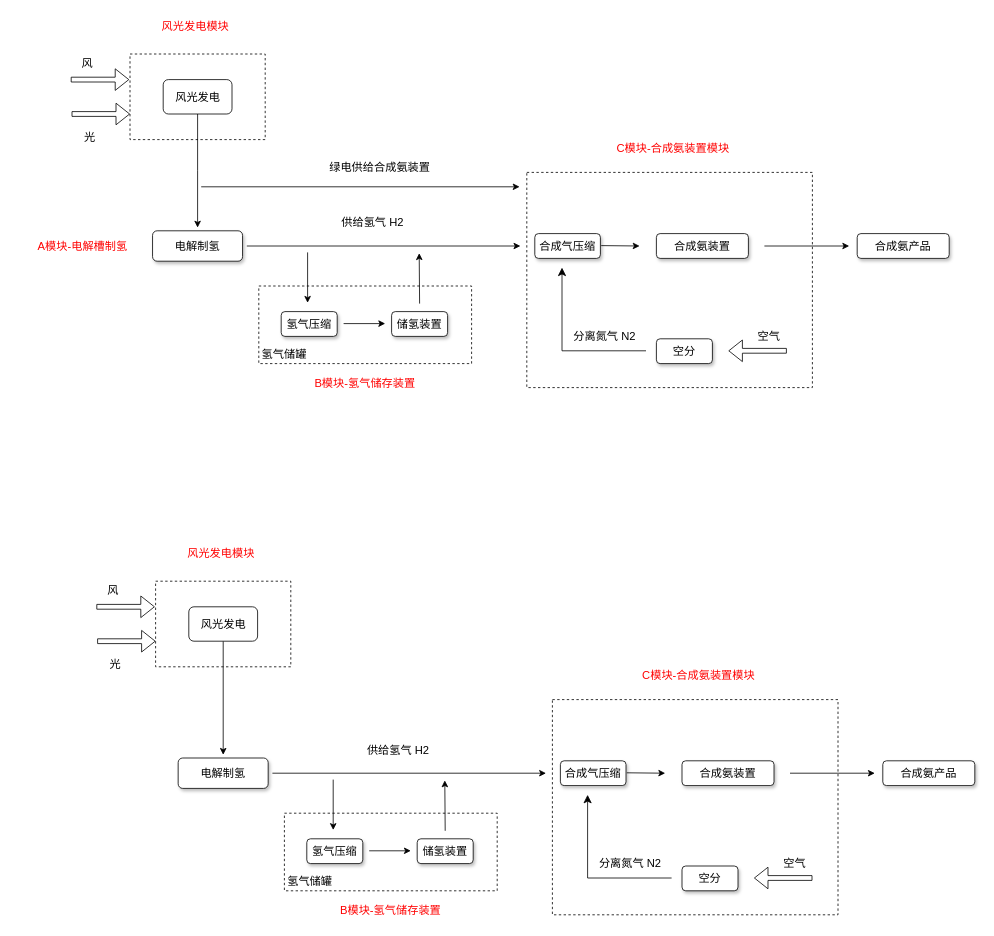
The draw.io diagram 绿氨生产.drawio in happycodejs/draw.io, before the edit. Source tidied: cells renumbered, new cells numbered last; positions are measured from the earlier drawing's top-left corner, leaving out a move shared by most shapes. Both pictures are drawn from the tidied source at 80%, with x=0, y=0 at pixel (13, 14).
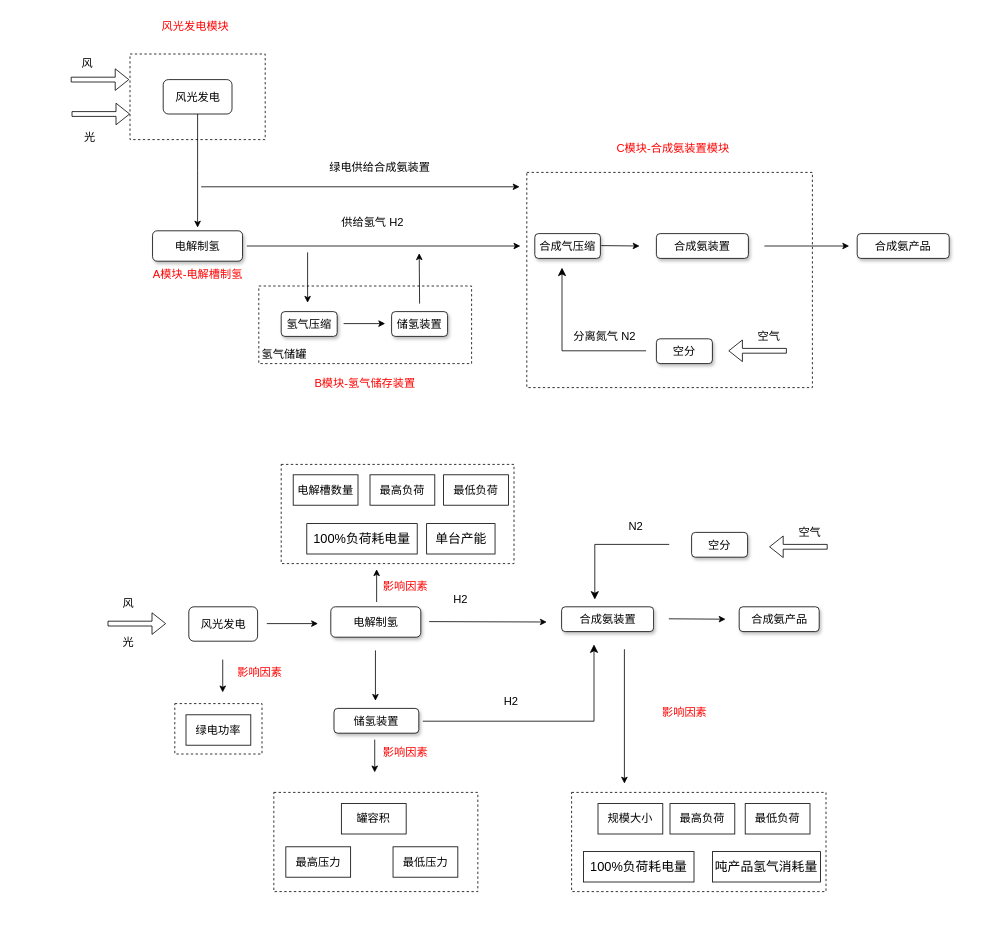
The same diagram, later.

Commit message (it also covers changes not shown here):
更新绿氨生产.drawio

Unchanged cells that the change refers to:
```xml
<mxCell id="40" value="风光发电" style="rounded=1;whiteSpace=wrap;html=1;fontSize=14;" parent="1" vertex="1">
  <mxGeometry x="219.5" y="741" width="86" height="43" as="geometry" />
</mxCell>
```

The edit, as a diff of the source:
```diff
@@
     <mxCell id="32" value="A模块-电解槽制氢" style="text;html=1;align=center;verticalAlign=middle;whiteSpace=wrap;rounded=0;fontColor=#FF0000;fontSize=14;" parent="1" vertex="1">
-      <mxGeometry x="0.2" y="275" width="174" height="30" as="geometry" />
+      <mxGeometry x="143.5" y="310" width="174" height="30" as="geometry" />
     </mxCell>
@@
-    <mxCell id="36" style="rounded=0;whiteSpace=wrap;html=1;fillColor=none;dashed=1;fontSize=14;" parent="1" vertex="1">
-      <mxGeometry x="674" y="857" width="357" height="269" as="geometry" />
-    </mxCell>
-    <mxCell id="37" style="rounded=0;whiteSpace=wrap;html=1;fillColor=none;dashed=1;fontSize=14;" parent="1" vertex="1">
-      <mxGeometry x="339" y="999" width="266" height="97" as="geometry" />
-    </mxCell>
-    <mxCell id="38" style="rounded=0;whiteSpace=wrap;html=1;fillColor=none;dashed=1;fontSize=14;" parent="1" vertex="1">
-      <mxGeometry x="178" y="709" width="169" height="107" as="geometry" />
-    </mxCell>
-    <mxCell id="39" style="edgeStyle=orthogonalEdgeStyle;rounded=0;jettySize=auto;html=1;fontSize=14;" parent="1" edge="1" source="40">
-      <mxGeometry relative="1" as="geometry">
-        <mxPoint x="262.5" y="926" as="targetPoint" />
-      </mxGeometry>
-    </mxCell>
@@
     <mxCell id="41" style="shape=flexArrow;endArrow=classic;html=1;rounded=0;width=6;endSize=5.33;fontSize=14;" parent="1" edge="1">
       <mxGeometry relative="1" as="geometry">
-        <mxPoint x="104" y="741" as="sourcePoint" />
-        <mxPoint x="177" y="741" as="targetPoint" />
+        <mxPoint x="118" y="762" as="sourcePoint" />
+        <mxPoint x="191" y="762" as="targetPoint" />
       </mxGeometry>
     </mxCell>
     <mxCell id="42" value="风" style="text;html=1;align=center;verticalAlign=middle;whiteSpace=wrap;rounded=0;fontSize=14;" parent="1" vertex="1">
-      <mxGeometry x="95" y="706" width="60" height="30" as="geometry" />
+      <mxGeometry x="114.2" y="722" width="60" height="30" as="geometry" />
     </mxCell>
-    <mxCell id="43" style="shape=flexArrow;endArrow=classic;html=1;rounded=0;width=6;endSize=5.33;fontSize=14;" parent="1" edge="1">
-      <mxGeometry relative="1" as="geometry">
-        <mxPoint x="105" y="784" as="sourcePoint" />
-        <mxPoint x="178" y="784" as="targetPoint" />
-      </mxGeometry>
-    </mxCell>
     <mxCell id="44" value="光" style="text;html=1;align=center;verticalAlign=middle;whiteSpace=wrap;rounded=0;fontSize=14;" parent="1" vertex="1">
-      <mxGeometry x="98" y="798" width="60" height="30" as="geometry" />
+      <mxGeometry x="114.2" y="770" width="60" height="30" as="geometry" />
     </mxCell>
     <mxCell id="45" value="电解制氢" style="rounded=1;whiteSpace=wrap;html=1;shadow=1;fontSize=14;" parent="1" vertex="1">
-      <mxGeometry x="206.2" y="930" width="112.5" height="38" as="geometry" />
+      <mxGeometry x="397" y="741" width="112.5" height="38" as="geometry" />
     </mxCell>
     <mxCell id="46" style="endArrow=classic;html=1;rounded=0;fontSize=14;" parent="1" edge="1">
       <mxGeometry relative="1" as="geometry">
-        <mxPoint x="324" y="949" as="sourcePoint" />
-        <mxPoint x="666" y="949" as="targetPoint" />
+        <mxPoint x="520" y="759.5" as="sourcePoint" />
+        <mxPoint x="667" y="760" as="targetPoint" />
       </mxGeometry>
     </mxCell>
     <mxCell id="47" style="endArrow=classic;html=1;rounded=0;fontSize=14;" parent="1" edge="1">
       <mxGeometry relative="1" as="geometry">
-        <mxPoint x="400" y="957" as="sourcePoint" />
-        <mxPoint x="400" y="1020" as="targetPoint" />
+        <mxPoint x="452.8" y="795.5" as="sourcePoint" />
+        <mxPoint x="452.8" y="858.5" as="targetPoint" />
       </mxGeometry>
     </mxCell>
-    <mxCell id="48" value="氢气压缩" style="rounded=1;whiteSpace=wrap;html=1;shadow=1;fontSize=14;" parent="1" vertex="1">
-      <mxGeometry x="367" y="1031" width="70" height="31" as="geometry" />
-    </mxCell>
     <mxCell id="49" value="储氢装置" style="rounded=1;whiteSpace=wrap;html=1;shadow=1;fontSize=14;" parent="1" vertex="1">
-      <mxGeometry x="505" y="1031" width="70" height="31" as="geometry" />
+      <mxGeometry x="401" y="868" width="106" height="31" as="geometry" />
     </mxCell>
-    <mxCell id="50" style="endArrow=classic;html=1;rounded=0;fontSize=14;" parent="1" edge="1">
-      <mxGeometry relative="1" as="geometry">
-        <mxPoint x="445" y="1046" as="sourcePoint" />
-        <mxPoint x="497" y="1046" as="targetPoint" />
-      </mxGeometry>
-    </mxCell>
-    <mxCell id="51" style="endArrow=classic;html=1;rounded=0;fontSize=14;" parent="1" edge="1">
-      <mxGeometry relative="1" as="geometry">
-        <mxPoint x="540" y="1021" as="sourcePoint" />
-        <mxPoint x="539.5" y="958" as="targetPoint" />
-      </mxGeometry>
-    </mxCell>
-    <mxCell id="52" value="供给氢气 H2" style="text;html=1;align=center;verticalAlign=middle;whiteSpace=wrap;rounded=0;fontSize=14;" parent="1" vertex="1">
-      <mxGeometry x="440" y="905" width="83" height="30" as="geometry" />
+    <mxCell id="52" value="H2" style="text;html=1;align=center;verticalAlign=middle;whiteSpace=wrap;rounded=0;fontSize=14;" parent="1" vertex="1">
+      <mxGeometry x="518" y="717" width="83" height="30" as="geometry" />
     </mxCell>
-    <mxCell id="53" value="氢气储罐" style="text;html=1;align=center;verticalAlign=middle;whiteSpace=wrap;rounded=0;fontSize=14;" parent="1" vertex="1">
-      <mxGeometry x="341" y="1069" width="60" height="30" as="geometry" />
-    </mxCell>
-    <mxCell id="54" value="合成气压缩" style="rounded=1;whiteSpace=wrap;html=1;shadow=1;fontSize=14;" parent="1" vertex="1">
-      <mxGeometry x="684" y="933.5" width="82" height="31" as="geometry" />
-    </mxCell>
-    <mxCell id="55" style="endArrow=classic;html=1;rounded=0;fontSize=14;" parent="1" edge="1">
-      <mxGeometry relative="1" as="geometry">
-        <mxPoint x="767" y="948.5" as="sourcePoint" />
-        <mxPoint x="815" y="949" as="targetPoint" />
-      </mxGeometry>
-    </mxCell>
     <mxCell id="56" value="合成氨装置" style="rounded=1;whiteSpace=wrap;html=1;shadow=1;fontSize=14;" parent="1" vertex="1">
-      <mxGeometry x="836" y="933.5" width="115" height="31" as="geometry" />
+      <mxGeometry x="685.5" y="741" width="115" height="31" as="geometry" />
     </mxCell>
     <mxCell id="57" value="空分" style="rounded=1;whiteSpace=wrap;html=1;shadow=1;fontSize=14;" parent="1" vertex="1">
-      <mxGeometry x="836" y="1065" width="70" height="31" as="geometry" />
+      <mxGeometry x="848" y="648" width="70" height="31" as="geometry" />
     </mxCell>
     <mxCell id="58" style="shape=flexArrow;endArrow=classic;html=1;rounded=0;width=6;endSize=5.33;fontSize=14;" parent="1" edge="1">
       <mxGeometry relative="1" as="geometry">
-        <mxPoint x="999" y="1080" as="sourcePoint" />
-        <mxPoint x="926" y="1080" as="targetPoint" />
+        <mxPoint x="1018" y="666" as="sourcePoint" />
+        <mxPoint x="945" y="666" as="targetPoint" />
       </mxGeometry>
     </mxCell>
     <mxCell id="59" value="空气" style="text;html=1;align=center;verticalAlign=middle;whiteSpace=wrap;rounded=0;fontSize=14;" parent="1" vertex="1">
-      <mxGeometry x="947" y="1047" width="60" height="30" as="geometry" />
+      <mxGeometry x="966" y="633" width="60" height="30" as="geometry" />
     </mxCell>
-    <mxCell id="60" style="edgeStyle=segmentEdgeStyle;endArrow=classic;html=1;curved=0;rounded=0;endSize=8;startSize=8;fontSize=14;" parent="1" edge="1">
-      <mxGeometry relative="1" as="geometry">
-        <mxPoint x="823" y="1080" as="sourcePoint" />
-        <mxPoint x="718" y="976" as="targetPoint" />
-      </mxGeometry>
-    </mxCell>
-    <mxCell id="61" value="分离氮气 N2" style="text;html=1;align=center;verticalAlign=middle;whiteSpace=wrap;rounded=0;fontSize=14;" parent="1" vertex="1">
-      <mxGeometry x="730" y="1047" width="83" height="30" as="geometry" />
-    </mxCell>
     <mxCell id="62" style="endArrow=classic;html=1;rounded=0;fontSize=14;" parent="1" edge="1">
       <mxGeometry relative="1" as="geometry">
-        <mxPoint x="971" y="949" as="sourcePoint" />
-        <mxPoint x="1077" y="949" as="targetPoint" />
+        <mxPoint x="819.5" y="756" as="sourcePoint" />
+        <mxPoint x="890.5" y="756.5" as="targetPoint" />
       </mxGeometry>
     </mxCell>
-    <mxCell id="63" value="风光发电模块" style="text;html=1;align=center;verticalAlign=middle;whiteSpace=wrap;rounded=0;fontColor=#FF0000;fontSize=14;" parent="1" vertex="1">
-      <mxGeometry x="173" y="659" width="174" height="30" as="geometry" />
-    </mxCell>
-    <mxCell id="64" value="B模块-氢气储存装置" style="text;html=1;align=center;verticalAlign=middle;whiteSpace=wrap;rounded=0;fontColor=#FF0000;fontSize=14;" parent="1" vertex="1">
-      <mxGeometry x="385" y="1106" width="174" height="30" as="geometry" />
-    </mxCell>
-    <mxCell id="65" value="C模块-合成氨装置模块" style="text;html=1;align=center;verticalAlign=middle;whiteSpace=wrap;rounded=0;fontColor=#FF0000;fontSize=14;" parent="1" vertex="1">
-      <mxGeometry x="770" y="812" width="174" height="30" as="geometry" />
-    </mxCell>
     <mxCell id="66" value="合成氨产品" style="rounded=1;whiteSpace=wrap;html=1;shadow=1;fontSize=14;" parent="1" vertex="1">
-      <mxGeometry x="1087" y="933.5" width="115" height="31" as="geometry" />
+      <mxGeometry x="907.5" y="741" width="100" height="31" as="geometry" />
     </mxCell>
+    <mxCell id="67" style="endArrow=classic;html=1;rounded=0;fontSize=14;" parent="1" edge="1">
+      <mxGeometry relative="1" as="geometry">
+        <mxPoint x="317" y="762" as="sourcePoint" />
+        <mxPoint x="381" y="762" as="targetPoint" />
+      </mxGeometry>
+    </mxCell>
+    <mxCell id="68" value="H2" style="text;html=1;align=center;verticalAlign=middle;whiteSpace=wrap;rounded=0;fontSize=14;" parent="1" vertex="1">
+      <mxGeometry x="580.8" y="844" width="83" height="30" as="geometry" />
+    </mxCell>
+    <mxCell id="69" style="edgeStyle=segmentEdgeStyle;endArrow=classic;html=1;curved=0;rounded=0;endSize=8;startSize=8;fontSize=14;" parent="1" edge="1">
+      <mxGeometry relative="1" as="geometry">
+        <mxPoint x="820" y="663" as="sourcePoint" />
+        <mxPoint x="727" y="732" as="targetPoint" />
+        <Array as="points">
+          <mxPoint x="820" y="663" />
+          <mxPoint x="727" y="663" />
+        </Array>
+      </mxGeometry>
+    </mxCell>
+    <mxCell id="70" value="N2" style="text;html=1;align=center;verticalAlign=middle;whiteSpace=wrap;rounded=0;fontSize=14;" parent="1" vertex="1">
+      <mxGeometry x="737" y="626" width="83" height="30" as="geometry" />
+    </mxCell>
+    <mxCell id="71" style="endArrow=classic;html=1;rounded=0;" parent="1" edge="1">
+      <mxGeometry relative="1" as="geometry">
+        <mxPoint x="261.9" y="807" as="sourcePoint" />
+        <mxPoint x="261.9" y="848" as="targetPoint" />
+      </mxGeometry>
+    </mxCell>
+    <mxCell id="72" style="rounded=0;whiteSpace=wrap;html=1;fillColor=none;dashed=1;fontSize=14;" parent="1" vertex="1">
+      <mxGeometry x="202" y="862" width="109" height="63" as="geometry" />
+    </mxCell>
+    <mxCell id="73" value="&lt;font style=&quot;font-size: 14px;&quot;&gt;绿电功率&lt;/font&gt;" style="rounded=0;whiteSpace=wrap;html=1;" parent="1" vertex="1">
+      <mxGeometry x="216" y="876" width="81" height="38" as="geometry" />
+    </mxCell>
+    <mxCell id="74" style="rounded=0;whiteSpace=wrap;html=1;fillColor=none;dashed=1;fontSize=14;" parent="1" vertex="1">
+      <mxGeometry x="325.8" y="973" width="255" height="124" as="geometry" />
+    </mxCell>
+    <mxCell id="75" value="&lt;span style=&quot;font-size: 14px;&quot;&gt;罐容积&lt;/span&gt;" style="rounded=0;whiteSpace=wrap;html=1;" parent="1" vertex="1">
+      <mxGeometry x="410.2" y="987" width="81" height="38" as="geometry" />
+    </mxCell>
+    <mxCell id="76" value="&lt;span style=&quot;font-size: 14px;&quot;&gt;最高压力&lt;/span&gt;" style="rounded=0;whiteSpace=wrap;html=1;" parent="1" vertex="1">
+      <mxGeometry x="340.8" y="1041" width="81" height="38" as="geometry" />
+    </mxCell>
+    <mxCell id="77" value="&lt;span style=&quot;font-size: 14px;&quot;&gt;最低压力&lt;/span&gt;" style="rounded=0;whiteSpace=wrap;html=1;" parent="1" vertex="1">
+      <mxGeometry x="474.8" y="1041" width="81" height="38" as="geometry" />
+    </mxCell>
+    <mxCell id="78" style="endArrow=classic;html=1;rounded=0;" parent="1" edge="1">
+      <mxGeometry relative="1" as="geometry">
+        <mxPoint x="451.9" y="907" as="sourcePoint" />
+        <mxPoint x="451.9" y="948" as="targetPoint" />
+      </mxGeometry>
+    </mxCell>
+    <mxCell id="79" style="endArrow=classic;html=1;rounded=0;" parent="1" edge="1">
+      <mxGeometry relative="1" as="geometry">
+        <mxPoint x="454.3" y="735" as="sourcePoint" />
+        <mxPoint x="454.3" y="694" as="targetPoint" />
+      </mxGeometry>
+    </mxCell>
+    <mxCell id="80" style="rounded=0;whiteSpace=wrap;html=1;fillColor=none;dashed=1;fontSize=14;" parent="1" vertex="1">
+      <mxGeometry x="335" y="563" width="291" height="124" as="geometry" />
+    </mxCell>
+    <mxCell id="81" value="&lt;span style=&quot;font-size: 14px;&quot;&gt;电解槽数量&lt;/span&gt;" style="rounded=0;whiteSpace=wrap;html=1;" parent="1" vertex="1">
+      <mxGeometry x="350" y="576" width="81" height="38" as="geometry" />
+    </mxCell>
+    <mxCell id="82" value="&lt;span style=&quot;font-size: 14px;&quot;&gt;最高负荷&lt;/span&gt;" style="rounded=0;whiteSpace=wrap;html=1;" parent="1" vertex="1">
+      <mxGeometry x="446" y="576" width="81" height="38" as="geometry" />
+    </mxCell>
+    <mxCell id="83" value="&lt;span style=&quot;font-size: 14px;&quot;&gt;最低负荷&lt;/span&gt;" style="rounded=0;whiteSpace=wrap;html=1;" parent="1" vertex="1">
+      <mxGeometry x="538" y="576" width="81" height="38" as="geometry" />
+    </mxCell>
+    <mxCell id="84" value="&lt;p style=&quot;margin: 0pt 0pt 0.0001pt; font-family: 宋体; font-size: 12pt; text-align: start;&quot; class=&quot;MsoNormal&quot;&gt;&lt;span style=&quot;font-family: &amp;quot;Times New Roman Regular&amp;quot;; font-size: 12pt;&quot;&gt;100%&lt;/span&gt;&lt;span style=&quot;font-size: 12pt;&quot;&gt;负荷耗电量&lt;/span&gt;&lt;/p&gt;" style="rounded=0;whiteSpace=wrap;html=1;" parent="1" vertex="1">
+      <mxGeometry x="367" y="637" width="138" height="38" as="geometry" />
+    </mxCell>
+    <mxCell id="85" value="&lt;p style=&quot;margin: 0pt 0pt 0.0001pt; font-size: 12pt; text-align: start;&quot; class=&quot;MsoNormal&quot;&gt;&lt;font face=&quot;Times New Roman Regular&quot;&gt;单台产能&lt;/font&gt;&lt;/p&gt;" style="rounded=0;whiteSpace=wrap;html=1;" parent="1" vertex="1">
+      <mxGeometry x="516.8" y="637" width="85.5" height="38" as="geometry" />
+    </mxCell>
+    <mxCell id="86" style="edgeStyle=segmentEdgeStyle;endArrow=classic;html=1;curved=0;rounded=0;endSize=8;startSize=8;" parent="1" edge="1">
+      <mxGeometry relative="1" as="geometry">
+        <mxPoint x="512" y="884" as="sourcePoint" />
+        <mxPoint x="726" y="788" as="targetPoint" />
+        <Array as="points">
+          <mxPoint x="726" y="884" />
+        </Array>
+      </mxGeometry>
+    </mxCell>
+    <mxCell id="87" style="rounded=0;whiteSpace=wrap;html=1;fillColor=none;dashed=1;fontSize=14;" parent="1" vertex="1">
+      <mxGeometry x="698" y="973" width="318" height="124" as="geometry" />
+    </mxCell>
+    <mxCell id="88" value="&lt;span style=&quot;font-size: 14px;&quot;&gt;规模大小&lt;/span&gt;" style="rounded=0;whiteSpace=wrap;html=1;" parent="1" vertex="1">
+      <mxGeometry x="731" y="987" width="81" height="38" as="geometry" />
+    </mxCell>
+    <mxCell id="89" value="&lt;span style=&quot;font-size: 14px;&quot;&gt;最高负荷&lt;/span&gt;" style="rounded=0;whiteSpace=wrap;html=1;" parent="1" vertex="1">
+      <mxGeometry x="821" y="987" width="81" height="38" as="geometry" />
+    </mxCell>
+    <mxCell id="90" value="&lt;span style=&quot;font-size: 14px;&quot;&gt;最低负荷&lt;/span&gt;" style="rounded=0;whiteSpace=wrap;html=1;" parent="1" vertex="1">
+      <mxGeometry x="915" y="987" width="81" height="38" as="geometry" />
+    </mxCell>
+    <mxCell id="91" value="&lt;p style=&quot;margin: 0pt 0pt 0.0001pt; font-family: 宋体; font-size: 12pt; text-align: start;&quot; class=&quot;MsoNormal&quot;&gt;&lt;span style=&quot;font-family: &amp;quot;Times New Roman Regular&amp;quot;; font-size: 12pt;&quot;&gt;100%&lt;/span&gt;&lt;span style=&quot;font-size: 12pt;&quot;&gt;负荷耗电量&lt;/span&gt;&lt;/p&gt;" style="rounded=0;whiteSpace=wrap;html=1;" parent="1" vertex="1">
+      <mxGeometry x="713" y="1047" width="138" height="38" as="geometry" />
+    </mxCell>
+    <mxCell id="92" value="&lt;p style=&quot;margin: 0pt 0pt 0.0001pt; font-family: 宋体; font-size: 12pt; text-align: start;&quot; class=&quot;MsoNormal&quot;&gt;&lt;span style=&quot;font-size: 12pt;&quot;&gt;吨产品氢气消耗量&lt;/span&gt;&lt;/p&gt;" style="rounded=0;whiteSpace=wrap;html=1;" parent="1" vertex="1">
+      <mxGeometry x="874" y="1047" width="135" height="38" as="geometry" />
+    </mxCell>
+    <mxCell id="93" style="endArrow=classic;html=1;rounded=0;" parent="1" edge="1">
+      <mxGeometry relative="1" as="geometry">
+        <mxPoint x="764" y="794" as="sourcePoint" />
+        <mxPoint x="764" y="962" as="targetPoint" />
+      </mxGeometry>
+    </mxCell>
+    <mxCell id="94" value="影响因素" style="text;html=1;align=center;verticalAlign=middle;whiteSpace=wrap;rounded=0;fontColor=#FF0000;fontSize=14;" parent="1" vertex="1">
+      <mxGeometry x="449" y="701" width="83" height="30" as="geometry" />
+    </mxCell>
+    <mxCell id="95" value="影响因素" style="text;html=1;align=center;verticalAlign=middle;whiteSpace=wrap;rounded=0;fontColor=#FF0000;fontSize=14;" parent="1" vertex="1">
+      <mxGeometry x="449" y="908" width="83" height="30" as="geometry" />
+    </mxCell>
+    <mxCell id="96" value="影响因素" style="text;html=1;align=center;verticalAlign=middle;whiteSpace=wrap;rounded=0;fontColor=#FF0000;fontSize=14;" parent="1" vertex="1">
+      <mxGeometry x="267" y="808" width="83" height="30" as="geometry" />
+    </mxCell>
+    <mxCell id="97" value="影响因素" style="text;html=1;align=center;verticalAlign=middle;whiteSpace=wrap;rounded=0;fontColor=#FF0000;fontSize=14;" parent="1" vertex="1">
+      <mxGeometry x="797.5" y="858" width="83" height="30" as="geometry" />
+    </mxCell>
```
